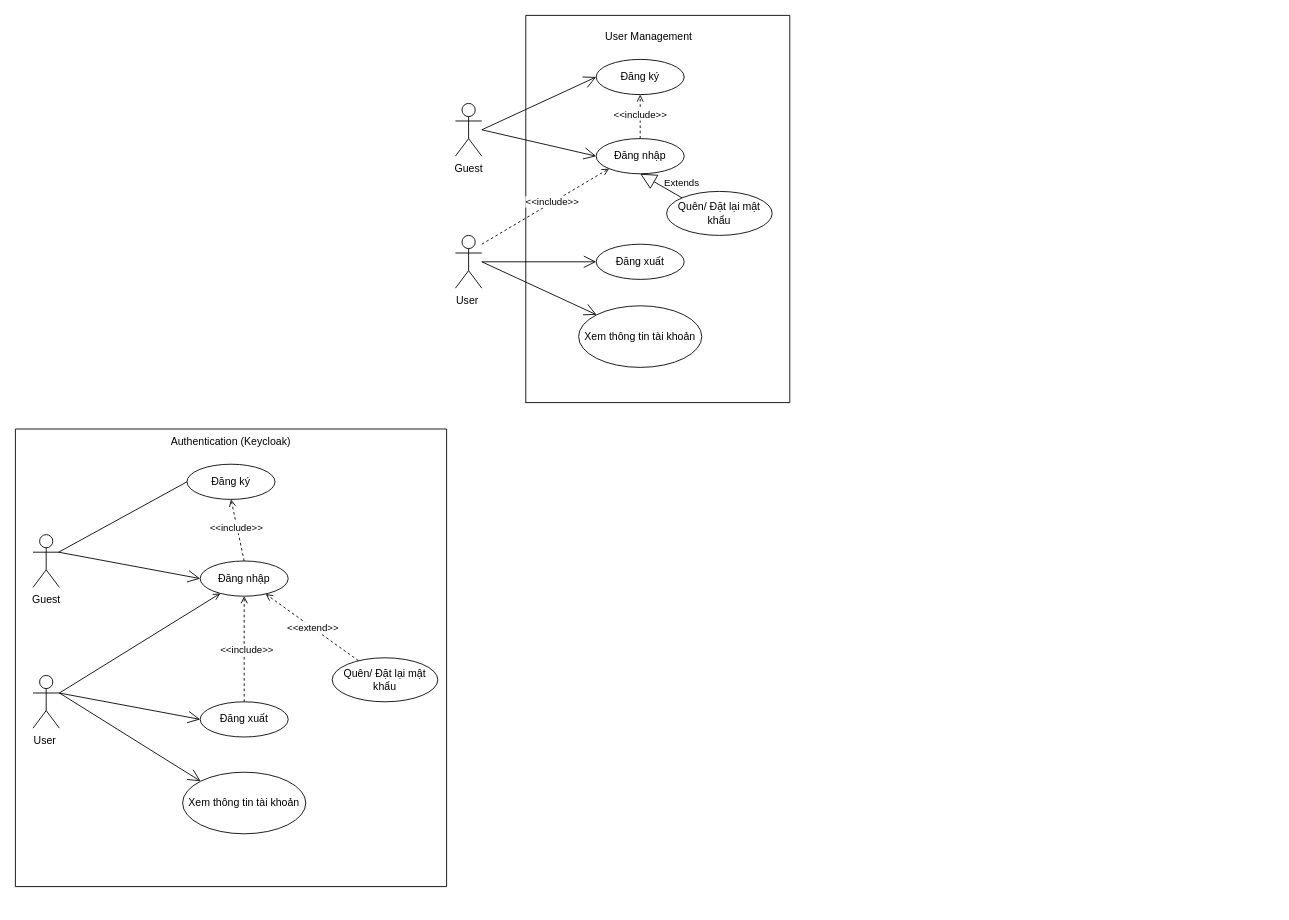
Before: Mlog Diagrams.drawio in 4-I-Projects/Mlog_Backend, a draw.io diagram. Source tidied: cells renumbered, new cells numbered last; positions are measured from the earlier drawing's top-left corner, leaving out a move shared by most shapes. Both pictures are drawn from the tidied source at 88%, with x=0, y=0 at pixel (15, 15).
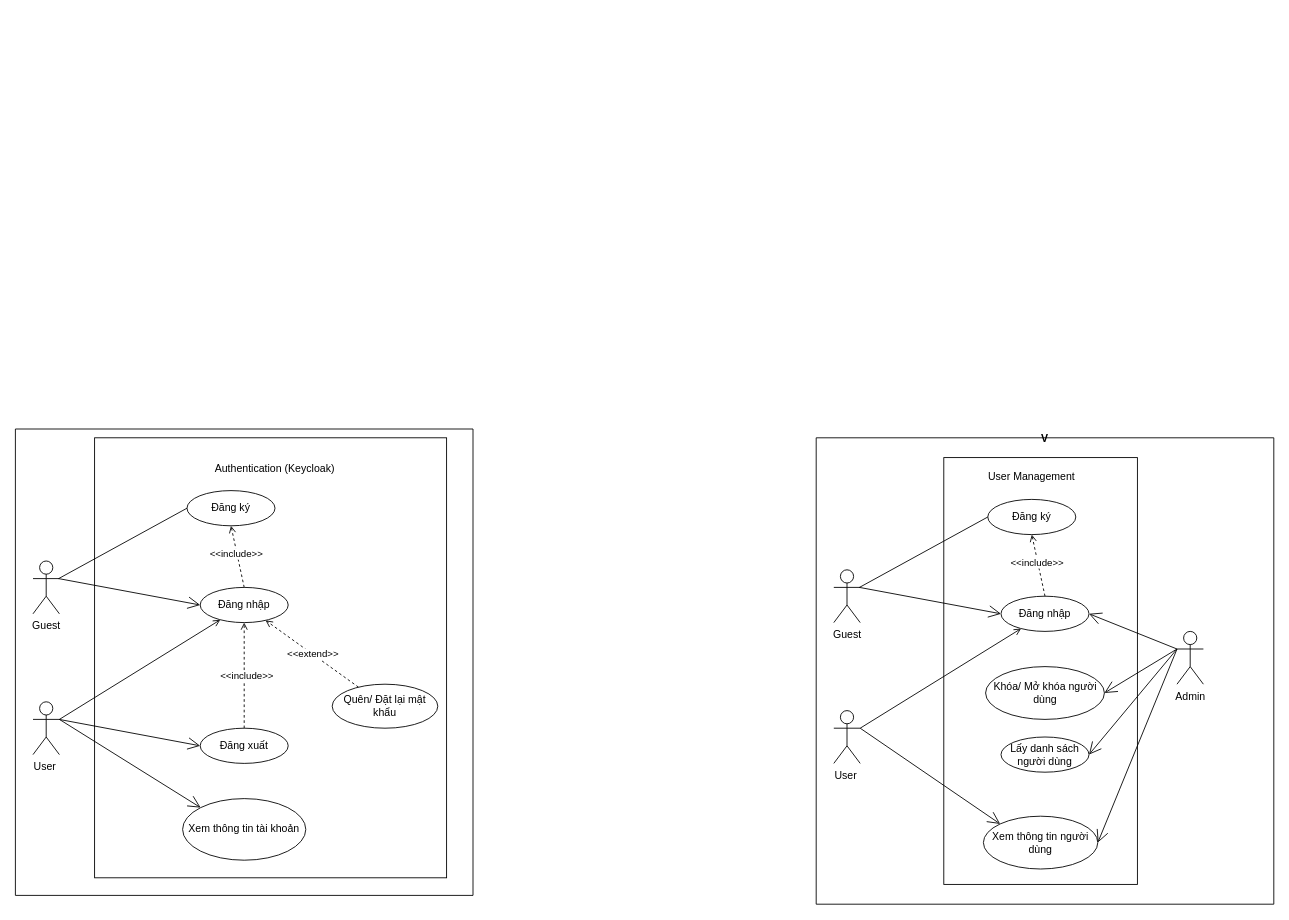
The same page after the edit.

Commit message:
Quản lý người dùng

Diff of the diagram source:
```diff
@@
-    <mxCell id="2" value="Guest" style="shape=umlActor;verticalLabelPosition=bottom;verticalAlign=top;html=1;labelBackgroundColor=none;" parent="1" vertex="1">
-      <mxGeometry x="500" y="100" width="30" height="60" as="geometry" />
-    </mxCell>
-    <mxCell id="3" value="Đăng ký" style="ellipse;whiteSpace=wrap;html=1;align=center;labelBackgroundColor=none;" parent="1" vertex="1">
-      <mxGeometry x="660" y="50" width="100" height="40" as="geometry" />
-    </mxCell>
-    <mxCell id="4" value="Đăng nhập" style="ellipse;whiteSpace=wrap;html=1;align=center;labelBackgroundColor=none;" parent="1" vertex="1">
-      <mxGeometry x="660" y="140" width="100" height="40" as="geometry" />
-    </mxCell>
-    <mxCell id="5" value="User Management" style="text;html=1;whiteSpace=wrap;strokeColor=none;fillColor=none;align=center;verticalAlign=middle;rounded=0;labelBackgroundColor=none;" parent="1" vertex="1">
-      <mxGeometry x="620" width="200" height="50" as="geometry" />
-    </mxCell>
-    <mxCell id="6" style="endArrow=none;html=1;rounded=0;labelBackgroundColor=none;fontColor=default;" parent="1" edge="1">
-      <mxGeometry relative="1" as="geometry">
-        <mxPoint x="580" y="440.6" as="sourcePoint" />
-        <mxPoint x="580" as="targetPoint" />
-      </mxGeometry>
-    </mxCell>
-    <mxCell id="7" style="endArrow=none;html=1;rounded=0;labelBackgroundColor=none;fontColor=default;" parent="1" edge="1">
-      <mxGeometry relative="1" as="geometry">
-        <mxPoint x="580" y="440" as="sourcePoint" />
-        <mxPoint x="880" y="440" as="targetPoint" />
-      </mxGeometry>
-    </mxCell>
-    <mxCell id="8" style="endArrow=none;html=1;rounded=0;labelBackgroundColor=none;fontColor=default;" parent="1" edge="1">
-      <mxGeometry relative="1" as="geometry">
-        <mxPoint x="880" as="sourcePoint" />
-        <mxPoint x="880" y="440" as="targetPoint" />
-      </mxGeometry>
-    </mxCell>
-    <mxCell id="9" style="endArrow=none;html=1;rounded=0;labelBackgroundColor=none;fontColor=default;" parent="1" edge="1">
-      <mxGeometry relative="1" as="geometry">
-        <mxPoint x="580" as="sourcePoint" />
-        <mxPoint x="880" as="targetPoint" />
-      </mxGeometry>
-    </mxCell>
-    <mxCell id="10" value="Quên/ Đặt lại mật khẩu" style="ellipse;whiteSpace=wrap;html=1;align=center;labelBackgroundColor=none;" parent="1" vertex="1">
-      <mxGeometry x="740" y="200" width="120" height="50" as="geometry" />
-    </mxCell>
-    <mxCell id="11" value="Extends" style="endArrow=block;endSize=16;endFill=0;html=1;rounded=0;entryX=0.5;entryY=1;entryDx=0;entryDy=0;exitX=0;exitY=0;exitDx=0;exitDy=0;labelBackgroundColor=none;fontColor=default;" parent="1" edge="1" source="10" target="4">
-      <mxGeometry x="-0.67" y="-15" relative="1" as="geometry" />
-    </mxCell>
-    <mxCell id="12" value="Đăng xuất" style="ellipse;whiteSpace=wrap;html=1;align=center;labelBackgroundColor=none;" parent="1" vertex="1">
-      <mxGeometry x="660" y="260" width="100" height="40" as="geometry" />
-    </mxCell>
-    <mxCell id="13" value="User&amp;nbsp;" style="shape=umlActor;verticalLabelPosition=bottom;verticalAlign=top;html=1;labelBackgroundColor=none;" parent="1" vertex="1">
-      <mxGeometry x="500" y="250" width="30" height="60" as="geometry" />
-    </mxCell>
-    <mxCell id="14" style="html=1;verticalAlign=bottom;labelBackgroundColor=none;endArrow=open;endFill=0;dashed=1;rounded=0;entryX=0;entryY=1;entryDx=0;entryDy=0;" parent="1" edge="1" target="4">
-      <mxGeometry relative="1" as="geometry">
-        <mxPoint x="530" y="260" as="sourcePoint" />
-      </mxGeometry>
-    </mxCell>
-    <mxCell id="15" value="&amp;lt;&amp;lt;include&amp;gt;&amp;gt;" style="edgeLabel;html=1;align=center;verticalAlign=middle;" parent="14" vertex="1">
-      <mxGeometry x="0.11" y="1" relative="1" as="geometry" />
-    </mxCell>
-    <mxCell id="16" style="html=1;verticalAlign=bottom;labelBackgroundColor=none;endArrow=open;endFill=0;dashed=1;rounded=0;exitX=0.5;exitY=0;exitDx=0;exitDy=0;entryX=0.5;entryY=1;entryDx=0;entryDy=0;" parent="1" edge="1" source="4" target="3">
-      <mxGeometry relative="1" as="geometry" />
-    </mxCell>
-    <mxCell id="17" value="&amp;lt;&amp;lt;include&amp;gt;&amp;gt;" style="edgeLabel;html=1;align=center;verticalAlign=middle;" parent="16" vertex="1">
-      <mxGeometry x="0.11" y="1" relative="1" as="geometry" />
-    </mxCell>
-    <mxCell id="18" value="Xem thông tin tài khoản" style="ellipse;whiteSpace=wrap;html=1;" parent="1" vertex="1">
-      <mxGeometry x="640" y="330" width="140" height="70" as="geometry" />
-    </mxCell>
-    <mxCell id="19" style="endArrow=open;endFill=1;endSize=12;html=1;rounded=0;entryX=0;entryY=0.5;entryDx=0;entryDy=0;" parent="1" edge="1" target="3">
-      <mxGeometry relative="1" as="geometry">
-        <mxPoint x="530" y="130" as="sourcePoint" />
-      </mxGeometry>
-    </mxCell>
-    <mxCell id="20" style="endArrow=open;endFill=1;endSize=12;html=1;rounded=0;entryX=0;entryY=0.5;entryDx=0;entryDy=0;" parent="1" edge="1" target="4">
-      <mxGeometry relative="1" as="geometry">
-        <mxPoint x="530" y="130" as="sourcePoint" />
-      </mxGeometry>
-    </mxCell>
-    <mxCell id="21" style="endArrow=open;endFill=1;endSize=12;html=1;rounded=0;entryX=0;entryY=0.5;entryDx=0;entryDy=0;" parent="1" edge="1" source="13" target="12">
-      <mxGeometry relative="1" as="geometry" />
-    </mxCell>
-    <mxCell id="22" style="endArrow=open;endFill=1;endSize=12;html=1;rounded=0;entryX=0;entryY=0;entryDx=0;entryDy=0;" parent="1" edge="1" target="18">
-      <mxGeometry relative="1" as="geometry">
-        <mxPoint x="530" y="280" as="sourcePoint" />
-      </mxGeometry>
-    </mxCell>
     <mxCell id="23" style="swimlane;startSize=0;" parent="1" vertex="1">
-      <mxGeometry y="470" width="490" height="520" as="geometry" />
+      <mxGeometry y="470" width="520" height="530" as="geometry" />
     </mxCell>
     <mxCell id="24" value="Guest" style="shape=umlActor;verticalLabelPosition=bottom;verticalAlign=top;html=1;labelBackgroundColor=none;" parent="23" vertex="1">
-      <mxGeometry x="20" y="120" width="30" height="60" as="geometry" />
+      <mxGeometry x="20" y="150" width="30" height="60" as="geometry" />
     </mxCell>
     <mxCell id="25" value="Đăng ký" style="ellipse;whiteSpace=wrap;html=1;align=center;labelBackgroundColor=none;" parent="23" vertex="1">
-      <mxGeometry x="195" y="40" width="100" height="40" as="geometry" />
+      <mxGeometry x="195" y="70" width="100" height="40" as="geometry" />
     </mxCell>
     <mxCell id="26" value="Đăng nhập" style="ellipse;whiteSpace=wrap;html=1;align=center;labelBackgroundColor=none;" parent="23" vertex="1">
-      <mxGeometry x="210" y="150" width="100" height="40" as="geometry" />
+      <mxGeometry x="210" y="180" width="100" height="40" as="geometry" />
     </mxCell>
     <mxCell id="27" value="Đăng xuất" style="ellipse;whiteSpace=wrap;html=1;align=center;labelBackgroundColor=none;" parent="23" vertex="1">
-      <mxGeometry x="210" y="310" width="100" height="40" as="geometry" />
+      <mxGeometry x="210" y="340" width="100" height="40" as="geometry" />
     </mxCell>
     <mxCell id="28" value="User&amp;nbsp;" style="shape=umlActor;verticalLabelPosition=bottom;verticalAlign=top;html=1;labelBackgroundColor=none;" parent="23" vertex="1">
-      <mxGeometry x="20" y="280" width="30" height="60" as="geometry" />
+      <mxGeometry x="20" y="310" width="30" height="60" as="geometry" />
     </mxCell>
@@
     <mxCell id="31" value="Xem thông tin tài khoản" style="ellipse;whiteSpace=wrap;html=1;" parent="23" vertex="1">
-      <mxGeometry x="190" y="390" width="140" height="70" as="geometry" />
+      <mxGeometry x="190" y="420" width="140" height="70" as="geometry" />
     </mxCell>
@@
     <mxCell id="41" value="Quên/ Đặt lại mật khẩu" style="ellipse;whiteSpace=wrap;html=1;align=center;labelBackgroundColor=none;" parent="23" vertex="1">
-      <mxGeometry x="360" y="260" width="120" height="50" as="geometry" />
+      <mxGeometry x="360" y="290" width="120" height="50" as="geometry" />
     </mxCell>
     <mxCell id="42" value="Authentication (Keycloak)" style="text;html=1;whiteSpace=wrap;strokeColor=none;fillColor=none;align=center;verticalAlign=middle;rounded=0;labelBackgroundColor=none;" parent="23" vertex="1">
-      <mxGeometry x="145" y="-10" width="200" height="50" as="geometry" />
+      <mxGeometry x="195" y="20" width="200" height="50" as="geometry" />
     </mxCell>
+    <mxCell id="43" style="rounded=0;whiteSpace=wrap;html=1;fillColor=none;" parent="23" vertex="1">
+      <mxGeometry x="90" y="10" width="400" height="500" as="geometry" />
+    </mxCell>
+    <mxCell id="44" value="V" style="swimlane;startSize=0;" parent="1" vertex="1">
+      <mxGeometry x="910" y="480" width="520" height="530" as="geometry" />
+    </mxCell>
+    <mxCell id="2" value="Guest" style="shape=umlActor;verticalLabelPosition=bottom;verticalAlign=top;html=1;labelBackgroundColor=none;" parent="44" vertex="1">
+      <mxGeometry x="20" y="150" width="30" height="60" as="geometry" />
+    </mxCell>
+    <mxCell id="3" value="Đăng ký" style="ellipse;whiteSpace=wrap;html=1;align=center;labelBackgroundColor=none;" parent="44" vertex="1">
+      <mxGeometry x="195" y="70" width="100" height="40" as="geometry" />
+    </mxCell>
+    <mxCell id="4" value="Đăng nhập" style="ellipse;whiteSpace=wrap;html=1;align=center;labelBackgroundColor=none;" parent="44" vertex="1">
+      <mxGeometry x="210" y="180" width="100" height="40" as="geometry" />
+    </mxCell>
+    <mxCell id="45" value="Lấy danh sách người dùng" style="ellipse;whiteSpace=wrap;html=1;align=center;labelBackgroundColor=none;" parent="44" vertex="1">
+      <mxGeometry x="210" y="340" width="100" height="40" as="geometry" />
+    </mxCell>
+    <mxCell id="13" value="User&amp;nbsp;" style="shape=umlActor;verticalLabelPosition=bottom;verticalAlign=top;html=1;labelBackgroundColor=none;" parent="44" vertex="1">
+      <mxGeometry x="20" y="310" width="30" height="60" as="geometry" />
+    </mxCell>
+    <mxCell id="16" style="html=1;verticalAlign=bottom;labelBackgroundColor=none;endArrow=open;endFill=0;dashed=1;rounded=0;exitX=0.5;exitY=0;exitDx=0;exitDy=0;entryX=0.5;entryY=1;entryDx=0;entryDy=0;" parent="44" edge="1" source="4" target="3">
+      <mxGeometry relative="1" as="geometry" />
+    </mxCell>
+    <mxCell id="46" value="&amp;lt;&amp;lt;include&amp;gt;&amp;gt;" style="edgeLabel;html=1;align=center;verticalAlign=middle;" parent="16" vertex="1">
+      <mxGeometry x="0.11" y="1" relative="1" as="geometry" />
+    </mxCell>
+    <mxCell id="47" value="Xem thông tin người dùng" style="ellipse;whiteSpace=wrap;html=1;" parent="44" vertex="1">
+      <mxGeometry x="190" y="430" width="130" height="60" as="geometry" />
+    </mxCell>
+    <mxCell id="48" style="endArrow=none;endFill=0;html=1;rounded=0;entryX=0;entryY=0.5;entryDx=0;entryDy=0;exitX=0.973;exitY=0.333;exitDx=0;exitDy=0;exitPerimeter=0;" parent="44" edge="1" source="2" target="3">
+      <mxGeometry relative="1" as="geometry" />
+    </mxCell>
+    <mxCell id="49" style="endArrow=open;endFill=1;endSize=12;html=1;rounded=0;entryX=0;entryY=0.5;entryDx=0;entryDy=0;exitX=0.968;exitY=0.333;exitDx=0;exitDy=0;exitPerimeter=0;" parent="44" edge="1" source="2" target="4">
+      <mxGeometry relative="1" as="geometry" />
+    </mxCell>
+    <mxCell id="50" style="endArrow=open;endFill=1;endSize=12;html=1;rounded=0;entryX=0;entryY=0;entryDx=0;entryDy=0;exitX=1;exitY=0.3333333333333333;exitDx=0;exitDy=0;exitPerimeter=0;" parent="44" edge="1" source="13" target="47">
+      <mxGeometry relative="1" as="geometry" />
+    </mxCell>
+    <mxCell id="51" style="endArrow=open;html=1;rounded=0;endFill=0;exitX=1;exitY=0.3333333333333333;exitDx=0;exitDy=0;exitPerimeter=0;" parent="44" edge="1" source="13" target="4">
+      <mxGeometry relative="1" as="geometry" />
+    </mxCell>
+    <mxCell id="5" value="User Management" style="text;html=1;whiteSpace=wrap;strokeColor=none;fillColor=none;align=center;verticalAlign=middle;rounded=0;labelBackgroundColor=none;" parent="44" vertex="1">
+      <mxGeometry x="145" y="20" width="200" height="50" as="geometry" />
+    </mxCell>
+    <mxCell id="52" value="Admin" style="shape=umlActor;verticalLabelPosition=bottom;verticalAlign=top;html=1;outlineConnect=0;" parent="44" vertex="1">
+      <mxGeometry x="410" y="220" width="30" height="60" as="geometry" />
+    </mxCell>
+    <mxCell id="53" style="endArrow=open;endFill=1;endSize=12;html=1;rounded=0;entryX=1;entryY=0.5;entryDx=0;entryDy=0;exitX=0;exitY=0.3333333333333333;exitDx=0;exitDy=0;exitPerimeter=0;" parent="44" edge="1" source="52" target="4">
+      <mxGeometry relative="1" as="geometry" />
+    </mxCell>
+    <mxCell id="54" value="Khóa/ Mở khóa người dùng" style="ellipse;whiteSpace=wrap;html=1;" parent="44" vertex="1">
+      <mxGeometry x="192.5" y="260" width="135" height="60" as="geometry" />
+    </mxCell>
+    <mxCell id="55" style="endArrow=open;endFill=1;endSize=12;html=1;rounded=0;entryX=1;entryY=0.5;entryDx=0;entryDy=0;exitX=0;exitY=0.3333333333333333;exitDx=0;exitDy=0;exitPerimeter=0;" parent="44" edge="1" source="52" target="45">
+      <mxGeometry relative="1" as="geometry" />
+    </mxCell>
+    <mxCell id="56" style="rounded=0;whiteSpace=wrap;html=1;fillColor=none;" parent="44" vertex="1">
+      <mxGeometry x="145" y="22.5" width="220" height="485" as="geometry" />
+    </mxCell>
+    <mxCell id="57" style="endArrow=open;endFill=1;endSize=12;html=1;rounded=0;entryX=1;entryY=0.5;entryDx=0;entryDy=0;" parent="1" edge="1" target="54">
+      <mxGeometry relative="1" as="geometry">
+        <mxPoint x="1320" y="720" as="sourcePoint" />
+      </mxGeometry>
+    </mxCell>
+    <mxCell id="58" style="endArrow=open;endFill=1;endSize=12;html=1;rounded=0;entryX=1;entryY=0.5;entryDx=0;entryDy=0;" parent="1" edge="1" target="47">
+      <mxGeometry relative="1" as="geometry">
+        <mxPoint x="1320" y="720" as="sourcePoint" />
+      </mxGeometry>
+    </mxCell>
```
